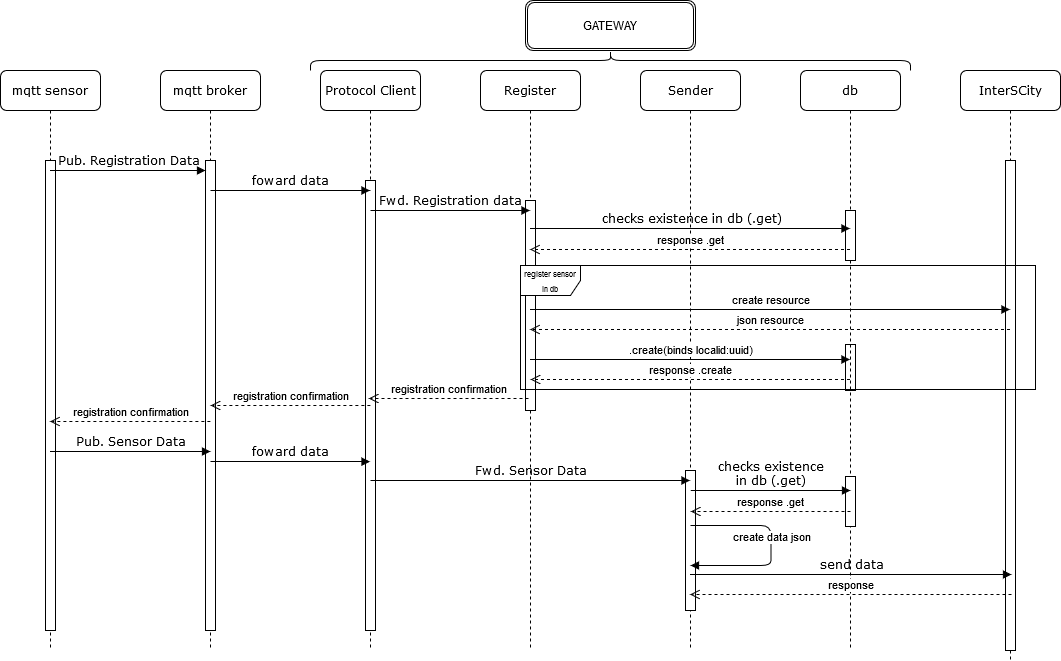
The draw.io diagram diagrama_sequencia_c registro.png in rafaelsilvabr/IoTGateway, before a commit. Source tidied: cells renumbered, new cells last; positions are measured from the earlier drawing's top-left corner, leaving out a move shared by most shapes.
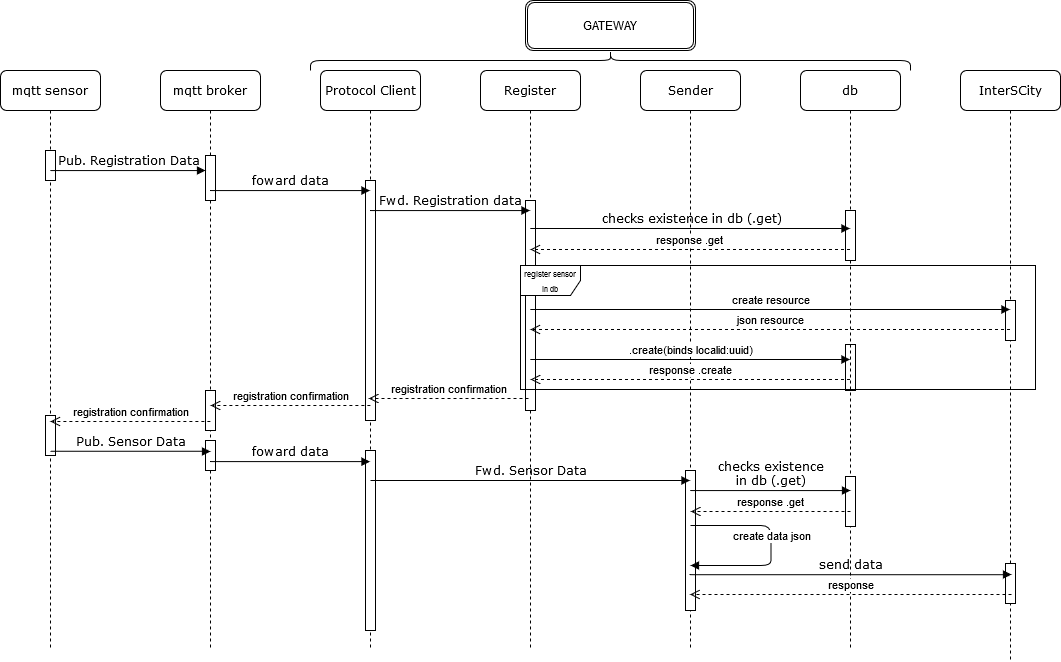
Above is the later version.

The edit, as a diff of the source:
```diff
@@ -2,6 +2,15 @@
   <root>
     <mxCell id="0" />
     <mxCell id="1" parent="0" />
+    <mxCell id="5" value="Protocol Client" style="shape=umlLifeline;perimeter=lifelinePerimeter;whiteSpace=wrap;html=1;outlineConnect=0;rounded=1;shadow=0;comic=0;labelBackgroundColor=none;strokeWidth=1;fontFamily=Verdana;fontSize=12;align=center;" parent="1" vertex="1">
+      <mxGeometry x="320" y="310" width="100" height="580" as="geometry" />
+    </mxCell>
+    <mxCell id="6" style="html=1;perimeter=orthogonalPerimeter;" parent="5" vertex="1">
+      <mxGeometry x="45" y="110" width="10" height="240" as="geometry" />
+    </mxCell>
+    <mxCell id="41" style="html=1;perimeter=orthogonalPerimeter;" parent="1" vertex="1">
+      <mxGeometry x="365" y="690" width="10" height="180" as="geometry" />
+    </mxCell>
     <mxCell id="2" style="html=1;perimeter=orthogonalPerimeter;" parent="1" vertex="1">
       <mxGeometry x="845" y="584" width="10" height="46" as="geometry" />
     </mxCell>
@@ -9,14 +18,14 @@
       <mxGeometry x="160" y="310" width="100" height="580" as="geometry" />
     </mxCell>
     <mxCell id="4" style="html=1;perimeter=orthogonalPerimeter;" parent="3" vertex="1">
-      <mxGeometry x="45" y="90" width="10" height="470" as="geometry" />
+      <mxGeometry x="45" y="85" width="10" height="45" as="geometry" />
     </mxCell>
-    <mxCell id="5" value="Protocol Client" style="shape=umlLifeline;perimeter=lifelinePerimeter;whiteSpace=wrap;html=1;outlineConnect=0;rounded=1;shadow=0;comic=0;labelBackgroundColor=none;strokeWidth=1;fontFamily=Verdana;fontSize=12;align=center;" parent="1" vertex="1">
-      <mxGeometry x="320" y="310" width="100" height="580" as="geometry" />
-    </mxCell>
-    <mxCell id="6" style="html=1;perimeter=orthogonalPerimeter;" parent="5" vertex="1">
-      <mxGeometry x="45" y="110" width="10" height="450" as="geometry" />
-    </mxCell>
+    <mxCell id="42" style="html=1;perimeter=orthogonalPerimeter;" parent="3" vertex="1">
+      <mxGeometry x="45" y="320" width="10" height="40" as="geometry" />
+    </mxCell>
+    <mxCell id="43" style="html=1;perimeter=orthogonalPerimeter;" parent="3" vertex="1">
+      <mxGeometry x="45" y="370" width="10" height="30" as="geometry" />
+    </mxCell>
     <mxCell id="7" value="db" style="shape=umlLifeline;perimeter=lifelinePerimeter;whiteSpace=wrap;html=1;outlineConnect=0;rounded=1;shadow=0;comic=0;labelBackgroundColor=none;strokeWidth=1;fontFamily=Verdana;fontSize=12;align=center;" parent="1" vertex="1">
       <mxGeometry x="800" y="310" width="100" height="580" as="geometry" />
     </mxCell>
@@ -30,14 +39,20 @@
       <mxGeometry x="960" y="310" width="100" height="590" as="geometry" />
     </mxCell>
     <mxCell id="11" style="html=1;perimeter=orthogonalPerimeter;" parent="10" vertex="1">
-      <mxGeometry x="45" y="90" width="10" height="490" as="geometry" />
+      <mxGeometry x="45" y="230" width="10" height="40" as="geometry" />
     </mxCell>
+    <mxCell id="44" style="html=1;perimeter=orthogonalPerimeter;" parent="10" vertex="1">
+      <mxGeometry x="45" y="493" width="10" height="40" as="geometry" />
+    </mxCell>
     <mxCell id="12" value="mqtt sensor" style="shape=umlLifeline;perimeter=lifelinePerimeter;whiteSpace=wrap;html=1;outlineConnect=0;rounded=1;shadow=0;comic=0;labelBackgroundColor=none;strokeWidth=1;fontFamily=Verdana;fontSize=12;align=center;" parent="1" vertex="1">
       <mxGeometry y="310" width="100" height="580" as="geometry" />
     </mxCell>
     <mxCell id="13" style="html=1;perimeter=orthogonalPerimeter;" parent="12" vertex="1">
-      <mxGeometry x="45" y="90" width="10" height="470" as="geometry" />
+      <mxGeometry x="45" y="80" width="10" height="30" as="geometry" />
     </mxCell>
+    <mxCell id="45" style="html=1;perimeter=orthogonalPerimeter;" parent="12" vertex="1">
+      <mxGeometry x="45" y="345" width="10" height="40" as="geometry" />
+    </mxCell>
     <mxCell id="14" value="Pub. Registration Data" style="html=1;verticalAlign=bottom;endArrow=block;entryX=0;entryY=0;labelBackgroundColor=none;fontFamily=Verdana;fontSize=12;edgeStyle=elbowEdgeStyle;elbow=vertical;" parent="1" edge="1" source="12">
       <mxGeometry relative="1" as="geometry">
         <mxPoint x="205" y="410" as="targetPoint" />
```
